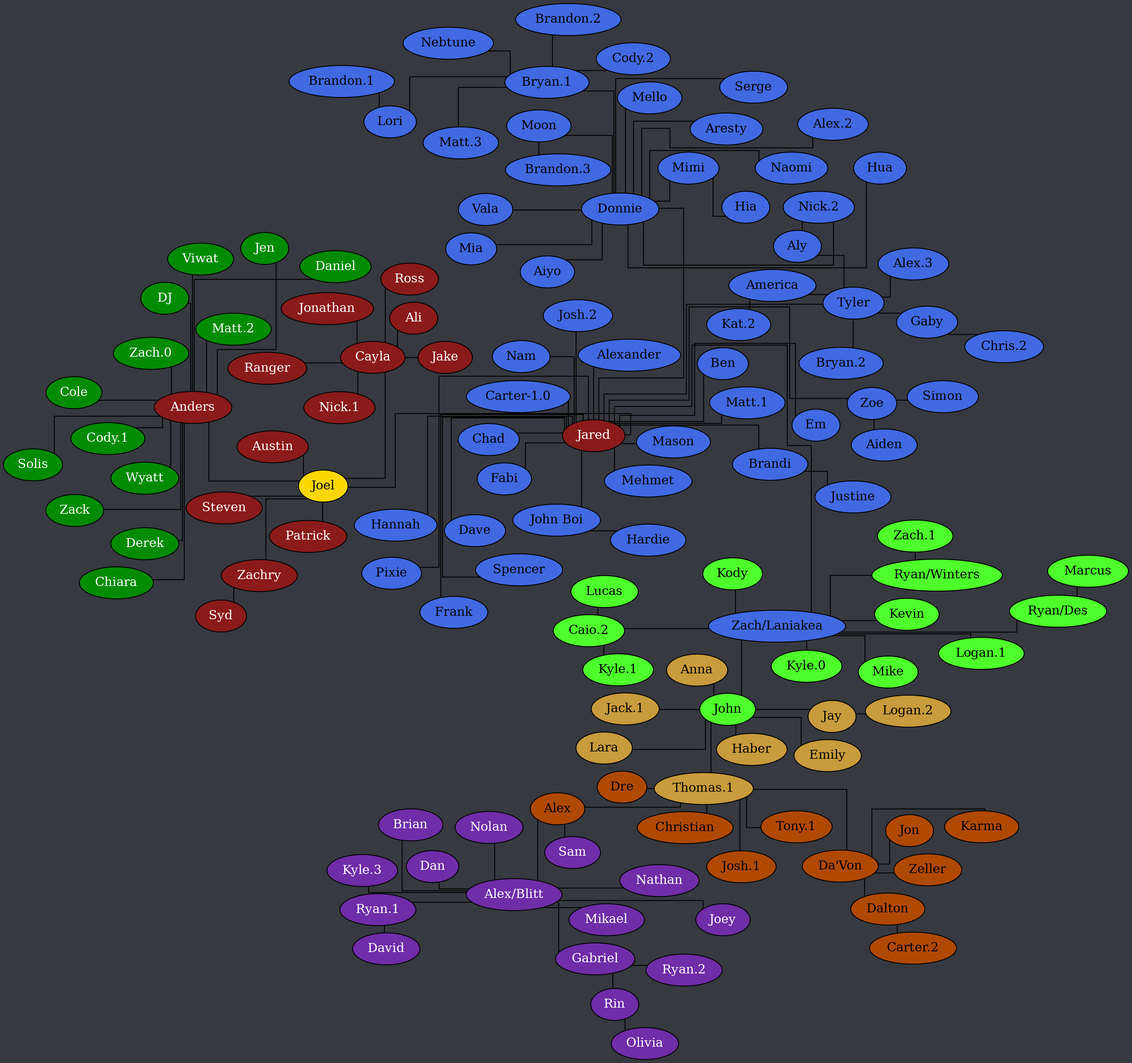
Above: tree.png in Documidas/CoronaCatzFamilyTree (Graphviz), before the change. Its source is kept beside it as tree.dot.
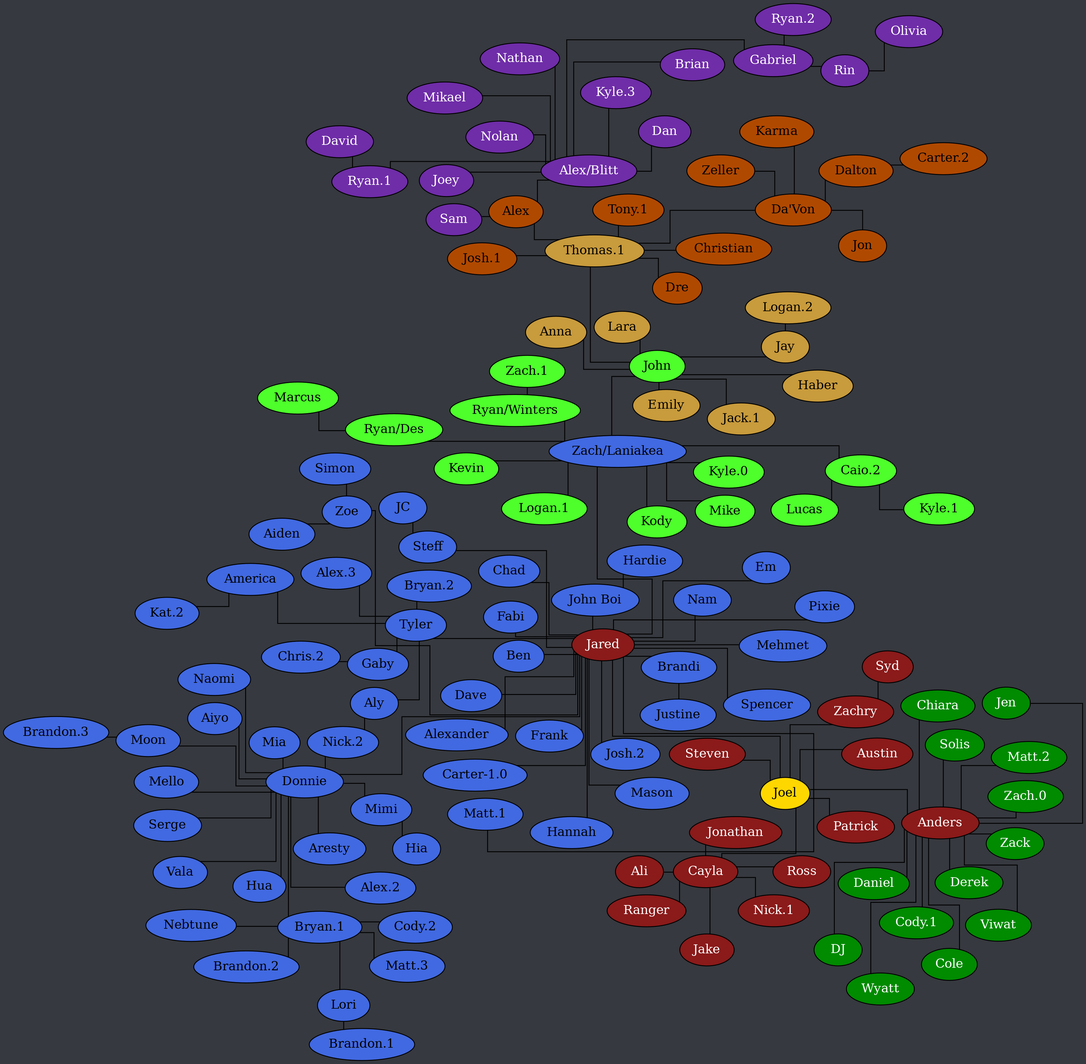
After the commit.

The edit, as a diff of the source:
```diff
@@ -94,12 +94,14 @@
 		Jared -- Nam;
 		Jared -- Pixie;
 		Jared -- Spencer;
+		Jared -- Steff;
 		Jared -- Tyler;
 		Jared -- "Zach/Laniakea";
 		Jared -- Zoe;
 		"John Boi" -- Hardie;
 		Mimi -- Hia;
 		Moon -- "Brandon.3";
+		Steff -- JC;
 		Tyler -- Aly;
 		Tyler -- "Alex.3";
 		Tyler -- America;
```
